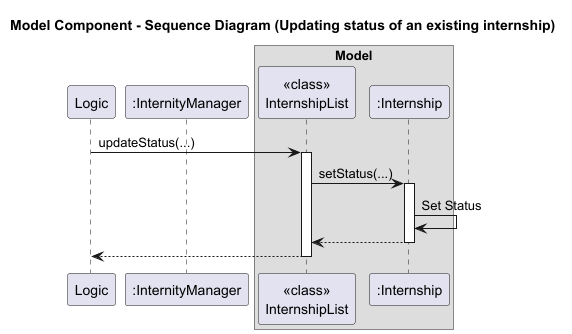
This is docs/diagrams/ModelComponentSD_Update.png from AY2526S1-CS2113-W14-4/tp, a PlantUML export, as it was before one commit. Its diagram source:
```plantuml
@startuml
title Model Component - Sequence Diagram (Updating status of an existing internship)
participant Logic as "Logic"

participant Model as ":InternityManager"

box Model
participant InternshipList as "<<class>>\nInternshipList"
participant Internship as ":Internship"
endbox

Logic -> InternshipList: updateStatus(...)
activate InternshipList
InternshipList -> Internship: setStatus(...)
activate Internship
Internship -> Internship : Set Status
Internship --> InternshipList
deactivate Internship
InternshipList --> Logic
deactivate InternshipList

@enduml
```
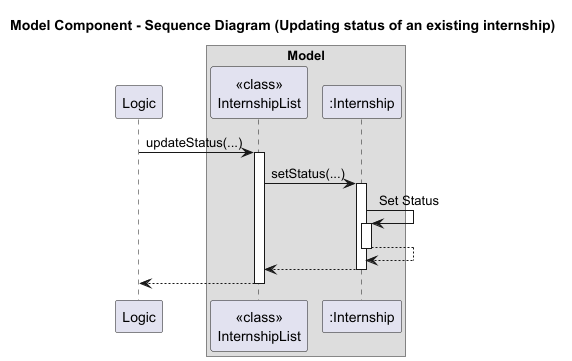
After the commit.

Diff of the diagram source:
```diff
@@ -1,8 +1,6 @@
 @startuml
 title Model Component - Sequence Diagram (Updating status of an existing internship)
 participant Logic as "Logic"
-
-participant Model as ":InternityManager"
 
 box Model
 participant InternshipList as "<<class>>\nInternshipList"
@@ -14,6 +12,9 @@
 InternshipList -> Internship: setStatus(...)
 activate Internship
 Internship -> Internship : Set Status
+activate Internship
+Internship --> Internship
+deactivate Internship
 Internship --> InternshipList
 deactivate Internship
 InternshipList --> Logic
```
